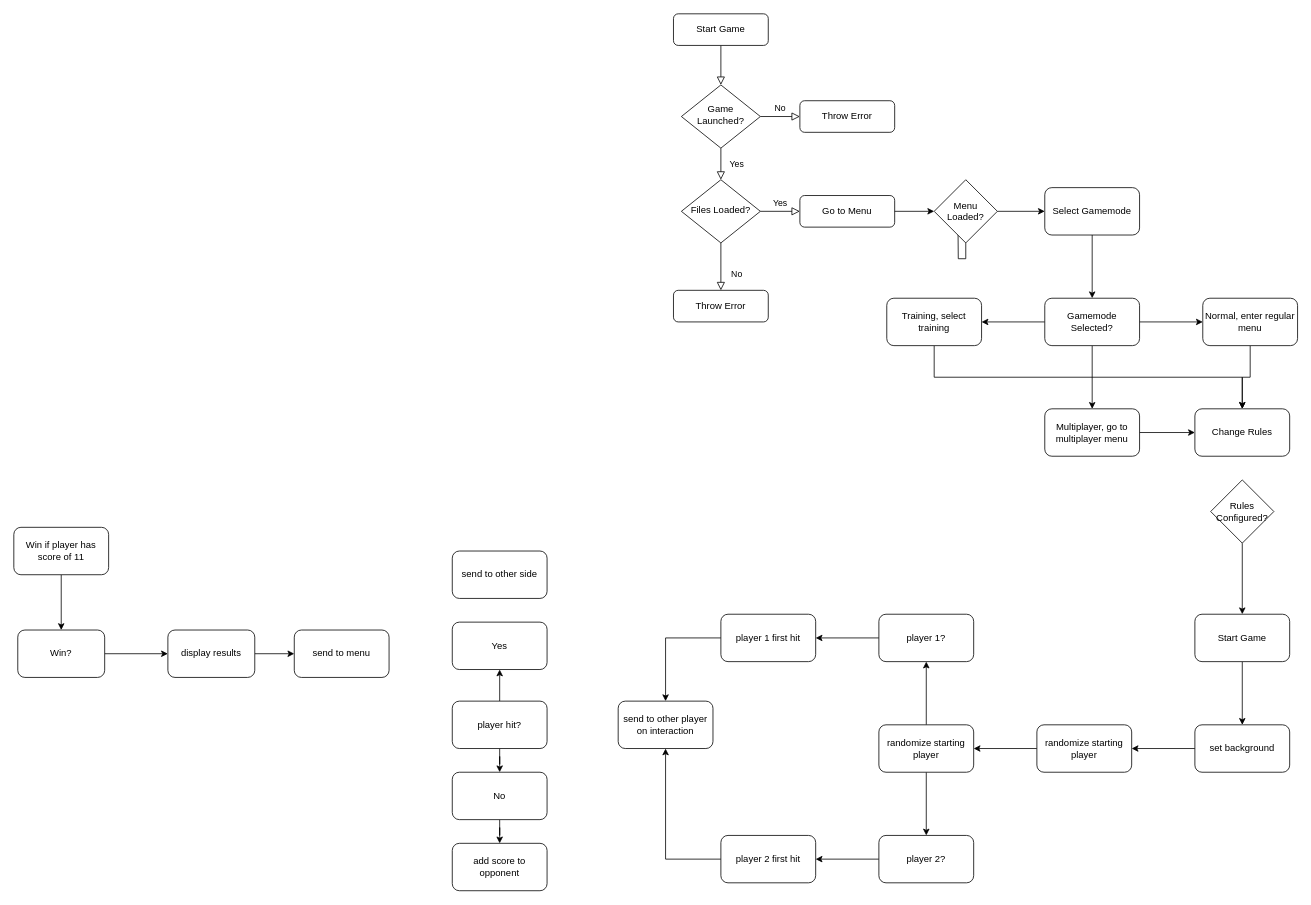
The draw.io diagram flowchart.drawio in PBush705/SDLC, before the edit. Source tidied: cells renumbered, new cells numbered last; positions are measured from the earlier drawing's top-left corner, leaving out a move shared by most shapes. Both pictures are drawn from the tidied source at 79%, with x=0, y=0 at pixel (13, 13).
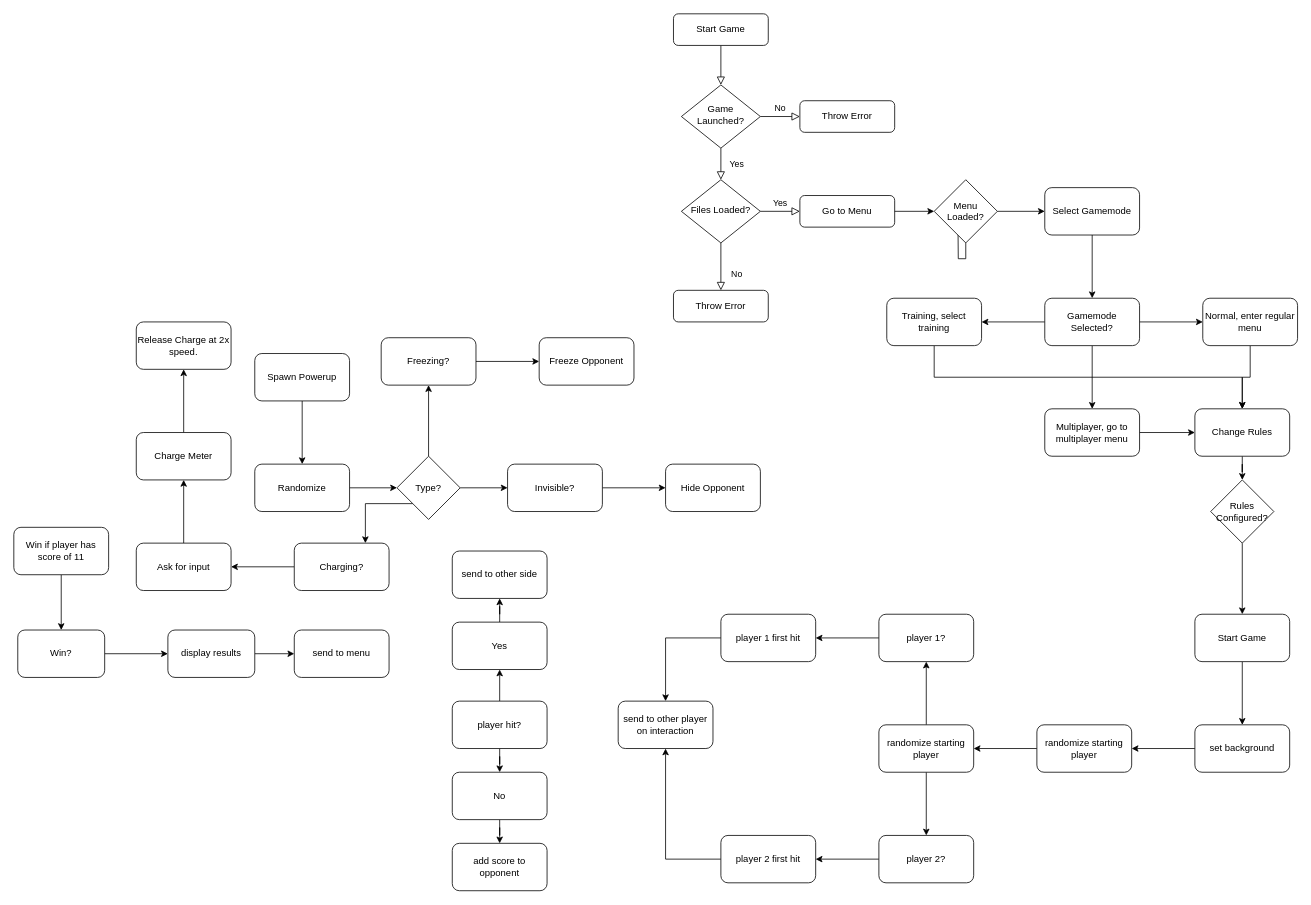
Above is the later version.

Unchanged cells that the change refers to:
```xml
<mxCell id="29" value="Change Rules" style="rounded=1;whiteSpace=wrap;html=1;" parent="1" vertex="1">
  <mxGeometry x="1495" y="500" width="120" height="60" as="geometry" />
</mxCell>
<mxCell id="31" value="Rules Configured?" style="rhombus;whiteSpace=wrap;html=1;" parent="1" vertex="1">
  <mxGeometry x="1515" y="590" width="80" height="80" as="geometry" />
</mxCell>
<mxCell id="53" value="Yes" style="rounded=1;whiteSpace=wrap;html=1;" parent="1" vertex="1">
  <mxGeometry x="555" y="770" width="120" height="60" as="geometry" />
</mxCell>
<mxCell id="56" value="send to other side" style="rounded=1;whiteSpace=wrap;html=1;" parent="1" vertex="1">
  <mxGeometry x="555" y="680" width="120" height="60" as="geometry" />
</mxCell>
```

Diff of the diagram source:
```diff
@@
+    <mxCell id="65" style="edgeStyle=orthogonalEdgeStyle;rounded=0;jettySize=auto;html=1;" parent="1" edge="1" source="29" target="31">
+      <mxGeometry relative="1" as="geometry" />
+    </mxCell>
@@
+    <mxCell id="66" style="edgeStyle=orthogonalEdgeStyle;rounded=0;jettySize=auto;html=1;" parent="1" edge="1" source="53" target="56">
+      <mxGeometry relative="1" as="geometry" />
+    </mxCell>
@@
+    <mxCell id="67" style="edgeStyle=orthogonalEdgeStyle;rounded=0;jettySize=auto;html=1;" parent="1" edge="1" source="68" target="70">
+      <mxGeometry relative="1" as="geometry" />
+    </mxCell>
+    <mxCell id="68" value="Spawn Powerup" style="rounded=1;whiteSpace=wrap;html=1;" parent="1" vertex="1">
+      <mxGeometry x="305" y="430" width="120" height="60" as="geometry" />
+    </mxCell>
+    <mxCell id="69" style="edgeStyle=orthogonalEdgeStyle;rounded=0;jettySize=auto;html=1;" parent="1" edge="1" source="70" target="74">
+      <mxGeometry relative="1" as="geometry" />
+    </mxCell>
+    <mxCell id="70" value="Randomize" style="rounded=1;whiteSpace=wrap;html=1;" parent="1" vertex="1">
+      <mxGeometry x="305" y="570" width="120" height="60" as="geometry" />
+    </mxCell>
+    <mxCell id="71" style="edgeStyle=orthogonalEdgeStyle;rounded=0;jettySize=auto;html=1;" parent="1" edge="1" source="74" target="76">
+      <mxGeometry relative="1" as="geometry" />
+    </mxCell>
+    <mxCell id="72" style="edgeStyle=orthogonalEdgeStyle;rounded=0;jettySize=auto;html=1;" parent="1" edge="1" source="74" target="78">
+      <mxGeometry relative="1" as="geometry" />
+    </mxCell>
+    <mxCell id="73" style="edgeStyle=orthogonalEdgeStyle;rounded=0;jettySize=auto;html=1;exitX=0;exitY=1;exitDx=0;exitDy=0;entryX=0.75;entryY=0;entryDx=0;entryDy=0;" parent="1" edge="1" source="74" target="80">
+      <mxGeometry relative="1" as="geometry" />
+    </mxCell>
+    <mxCell id="74" value="Type?" style="rhombus;whiteSpace=wrap;html=1;" parent="1" vertex="1">
+      <mxGeometry x="485" y="560" width="80" height="80" as="geometry" />
+    </mxCell>
+    <mxCell id="75" style="edgeStyle=orthogonalEdgeStyle;rounded=0;jettySize=auto;html=1;" parent="1" edge="1" source="76" target="81">
+      <mxGeometry relative="1" as="geometry" />
+    </mxCell>
+    <mxCell id="76" value="Freezing?" style="rounded=1;whiteSpace=wrap;html=1;" parent="1" vertex="1">
+      <mxGeometry x="465" y="410" width="120" height="60" as="geometry" />
+    </mxCell>
+    <mxCell id="77" style="edgeStyle=orthogonalEdgeStyle;rounded=0;jettySize=auto;html=1;" parent="1" edge="1" source="78" target="82">
+      <mxGeometry relative="1" as="geometry" />
+    </mxCell>
+    <mxCell id="78" value="Invisible?" style="rounded=1;whiteSpace=wrap;html=1;" parent="1" vertex="1">
+      <mxGeometry x="625" y="570" width="120" height="60" as="geometry" />
+    </mxCell>
+    <mxCell id="79" style="edgeStyle=orthogonalEdgeStyle;rounded=0;jettySize=auto;html=1;" parent="1" edge="1" source="80" target="84">
+      <mxGeometry relative="1" as="geometry" />
+    </mxCell>
+    <mxCell id="80" value="Charging?" style="rounded=1;whiteSpace=wrap;html=1;" parent="1" vertex="1">
+      <mxGeometry x="355" y="670" width="120" height="60" as="geometry" />
+    </mxCell>
+    <mxCell id="81" value="Freeze Opponent" style="whiteSpace=wrap;html=1;rounded=1;" parent="1" vertex="1">
+      <mxGeometry x="665" y="410" width="120" height="60" as="geometry" />
+    </mxCell>
+    <mxCell id="82" value="Hide Opponent" style="whiteSpace=wrap;html=1;rounded=1;" parent="1" vertex="1">
+      <mxGeometry x="825" y="570" width="120" height="60" as="geometry" />
+    </mxCell>
+    <mxCell id="83" style="edgeStyle=orthogonalEdgeStyle;rounded=0;jettySize=auto;html=1;" parent="1" edge="1" source="84" target="86">
+      <mxGeometry relative="1" as="geometry" />
+    </mxCell>
+    <mxCell id="84" value="Ask for input" style="whiteSpace=wrap;html=1;rounded=1;" parent="1" vertex="1">
+      <mxGeometry x="155" y="670" width="120" height="60" as="geometry" />
+    </mxCell>
+    <mxCell id="85" style="edgeStyle=orthogonalEdgeStyle;rounded=0;jettySize=auto;html=1;" parent="1" edge="1" source="86" target="87">
+      <mxGeometry relative="1" as="geometry" />
+    </mxCell>
+    <mxCell id="86" value="Charge Meter" style="whiteSpace=wrap;html=1;rounded=1;" parent="1" vertex="1">
+      <mxGeometry x="155" y="530" width="120" height="60" as="geometry" />
+    </mxCell>
+    <mxCell id="87" value="Release Charge at 2x speed." style="whiteSpace=wrap;html=1;rounded=1;" parent="1" vertex="1">
+      <mxGeometry x="155" y="390" width="120" height="60" as="geometry" />
+    </mxCell>
```
